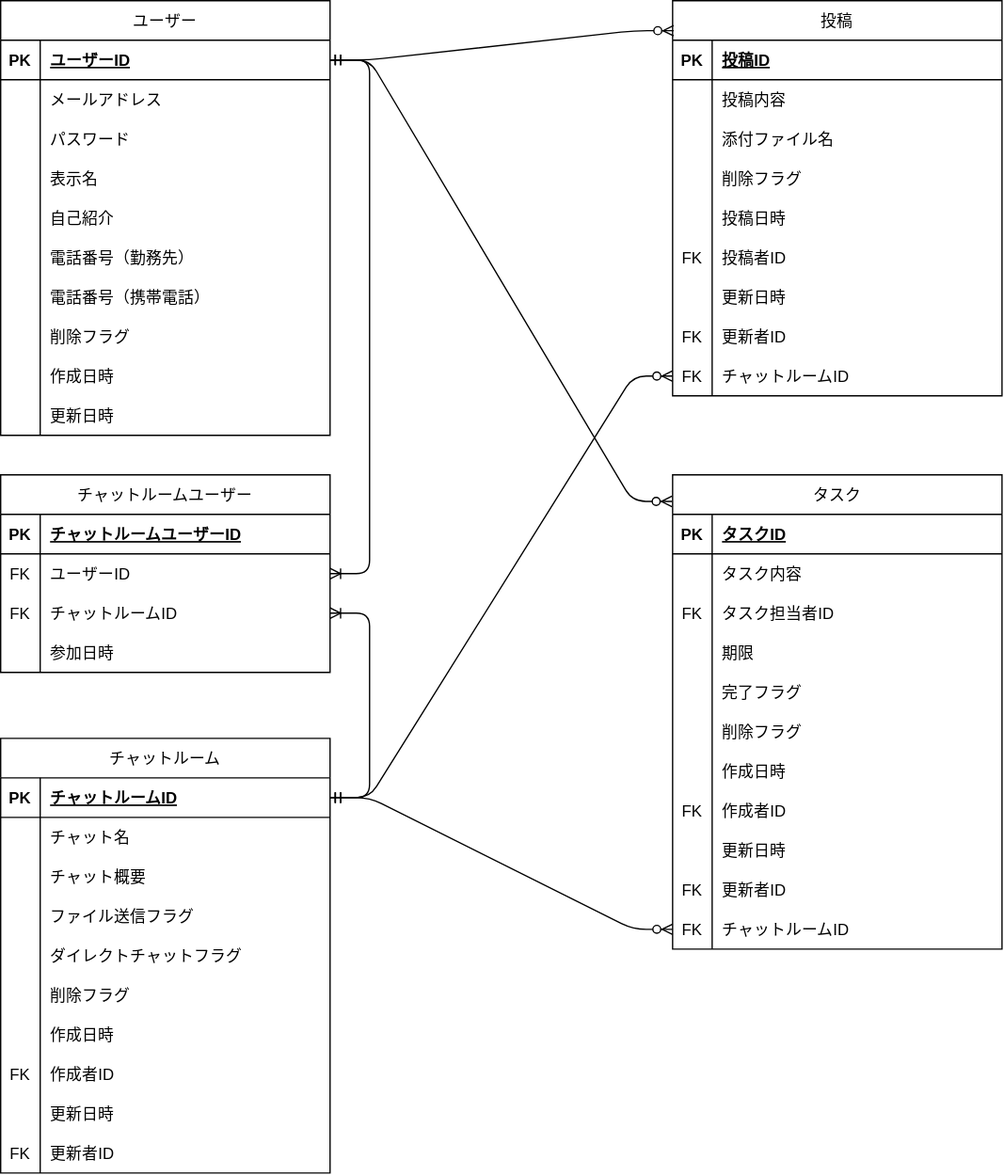
This is db/db-challenge1/ERDiagram.drawio.svg from masayoshixxx/codegym-db, a draw.io export, as it was before one commit. Source tidied: cells renumbered, new cells last; positions are measured from the earlier drawing's top-left corner, leaving out a move shared by most shapes.
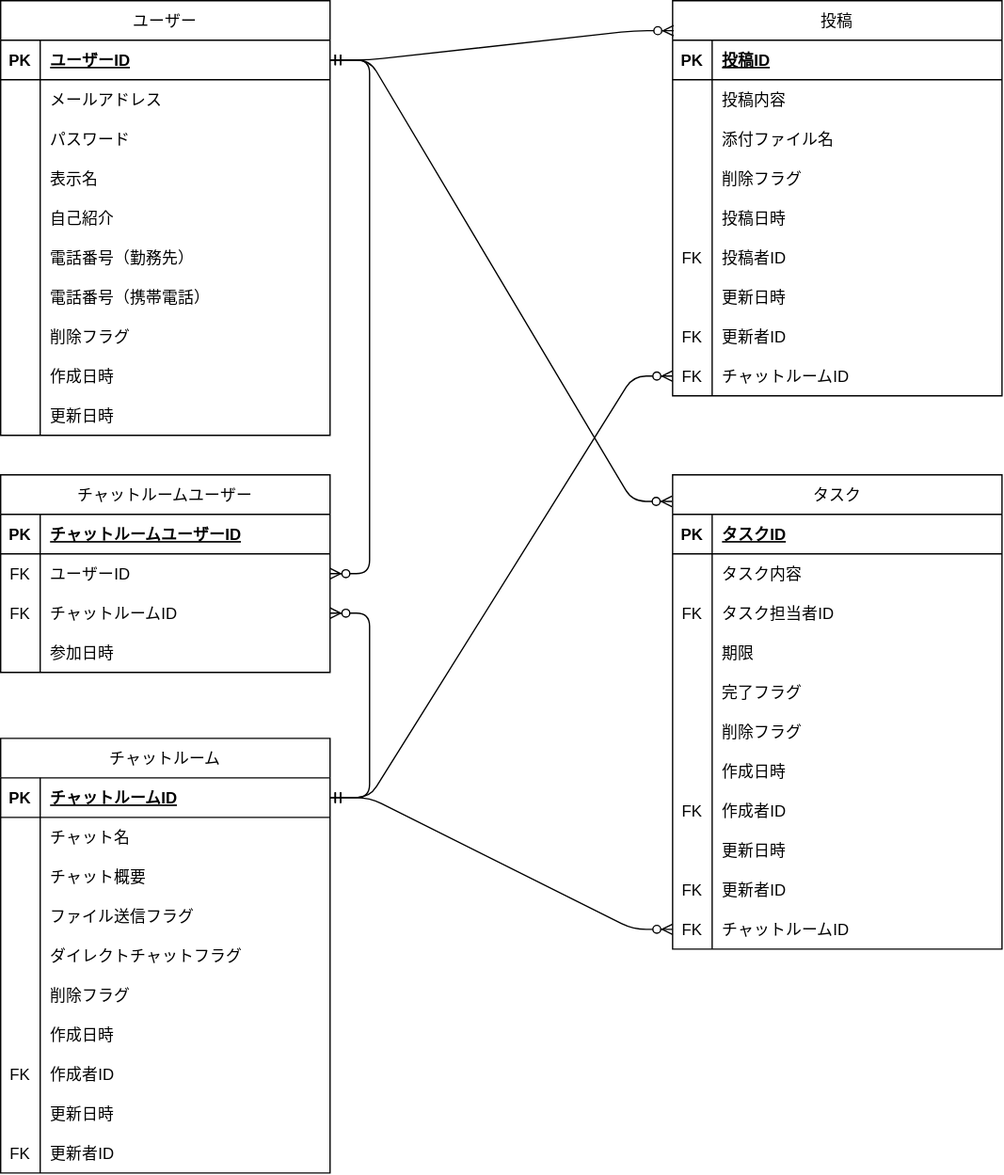
The same diagram one commit later.

Commit message:
カーディナリティの変更

The edit, as a diff of the source:
```diff
@@ -425,10 +425,10 @@
     <mxCell id="142" style="edgeStyle=entityRelationEdgeStyle;fontSize=12;html=1;endArrow=ERzeroToMany;startArrow=ERmandOne;exitX=1;exitY=0.5;exitDx=0;exitDy=0;entryX=0;entryY=0.5;entryDx=0;entryDy=0;" parent="1" edge="1" source="34" target="123">
       <mxGeometry relative="1" as="geometry" />
     </mxCell>
-    <mxCell id="143" style="edgeStyle=entityRelationEdgeStyle;fontSize=12;html=1;endArrow=ERoneToMany;startArrow=ERmandOne;exitX=1;exitY=0.5;exitDx=0;exitDy=0;entryX=1;entryY=0.5;entryDx=0;entryDy=0;" parent="1" edge="1" source="3" target="132">
+    <mxCell id="143" style="edgeStyle=entityRelationEdgeStyle;fontSize=12;html=1;endArrow=ERzeroToMany;startArrow=ERmandOne;exitX=1;exitY=0.5;exitDx=0;exitDy=0;entryX=1;entryY=0.5;entryDx=0;entryDy=0;" parent="1" edge="1" source="3" target="132">
       <mxGeometry relative="1" as="geometry" />
     </mxCell>
-    <mxCell id="144" style="edgeStyle=entityRelationEdgeStyle;fontSize=12;html=1;endArrow=ERoneToMany;startArrow=ERmandOne;exitX=1;exitY=0.5;exitDx=0;exitDy=0;entryX=1;entryY=0.5;entryDx=0;entryDy=0;" parent="1" edge="1" source="34" target="135">
+    <mxCell id="144" style="edgeStyle=entityRelationEdgeStyle;fontSize=12;html=1;endArrow=ERzeroToMany;startArrow=ERmandOne;entryX=1;entryY=0.5;entryDx=0;entryDy=0;exitX=1;exitY=0.5;exitDx=0;exitDy=0;" parent="1" edge="1" source="34" target="135">
       <mxGeometry relative="1" as="geometry" />
     </mxCell>
   </root>
```
